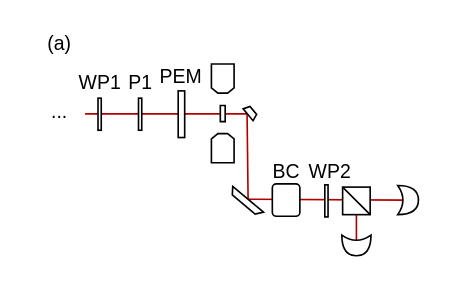
Before: img/svg/schema-pem.drawio in vladidobro/thesis, a draw.io diagram. Source tidied: cells renumbered, new cells numbered last; positions are measured from the earlier drawing's top-left corner, leaving out a move shared by most shapes. Both pictures are drawn from the tidied source at 162%, with x=0, y=0 at pixel (34, 28).
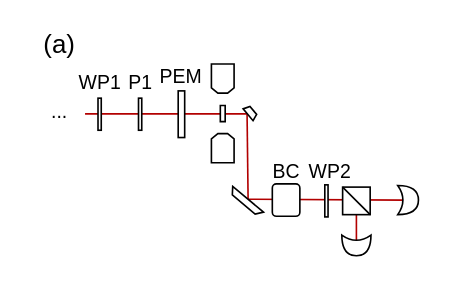
After the change.

Diff of the diagram source:
```diff
@@
-    <mxCell id="23" value="(a)" style="text;html=1;align=center;verticalAlign=middle;strokeColor=none;fillColor=none;" parent="1" vertex="1">
-      <mxGeometry x="0.1" width="30" height="20" as="geometry" />
+    <mxCell id="23" value="&lt;font style=&quot;font-size: 16px&quot;&gt;(a)&lt;/font&gt;" style="text;html=1;align=center;verticalAlign=middle;strokeColor=none;fillColor=none;" parent="1" vertex="1">
+      <mxGeometry x="-4.9" width="40" height="20" as="geometry" />
     </mxCell>
```
